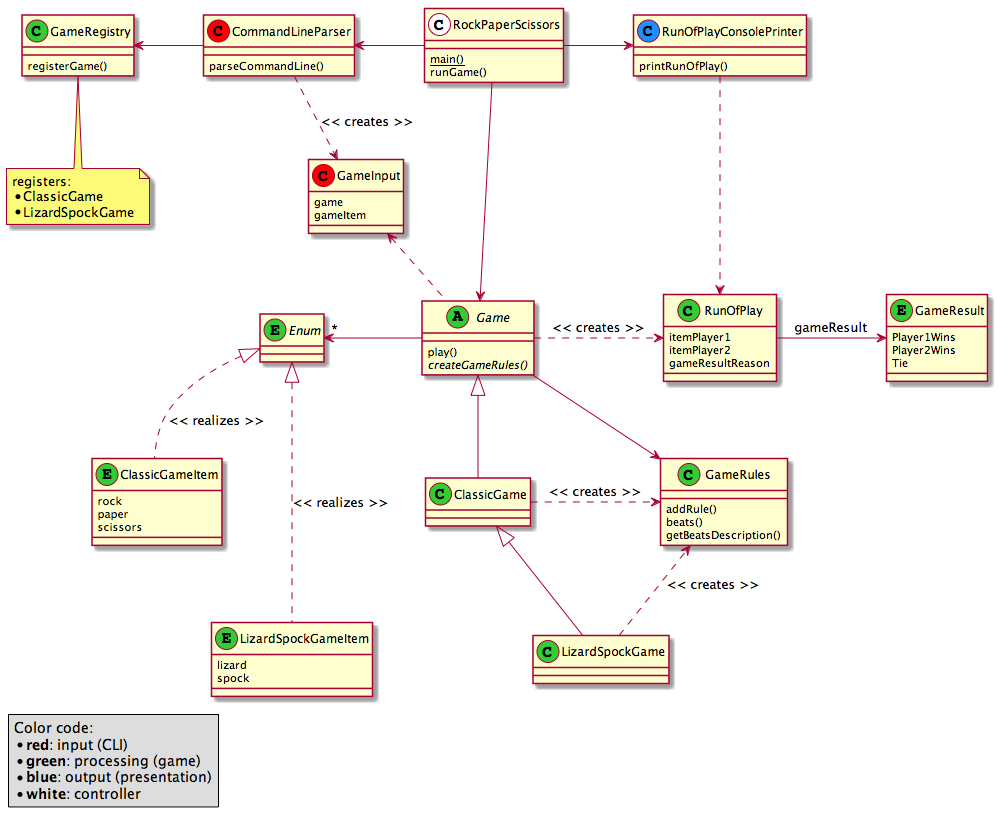
bhelfert/rock-paper-scissors keeps this PlantUML diagram as src/main/resources/images/rock-paper-scissors-class-diagram.png. Above is the earlier version.
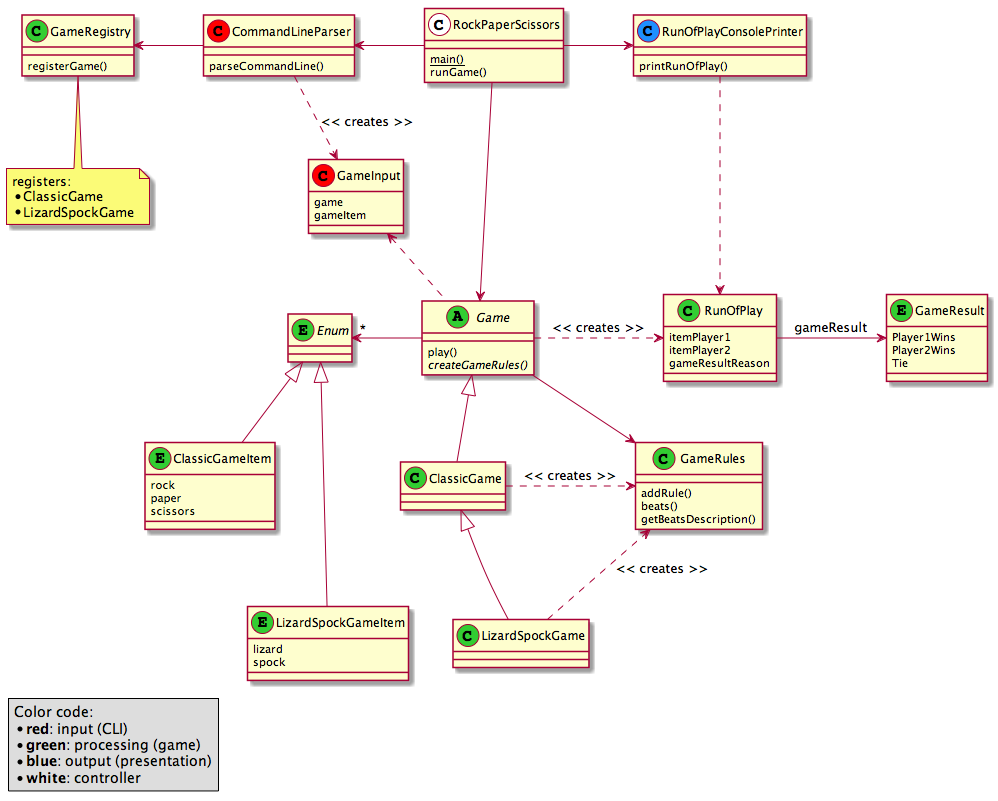
Later version of the same file.

Commit message:
Updated inheritance relationships of GameItem classes to their parent class.

Diff of the diagram source:
```diff
@@ -84,7 +84,7 @@
     paper
     scissors
 }
-Enum <|.. ClassicGameItem : << realizes >>
+Enum <|-- ClassicGameItem
 
 
 
@@ -92,7 +92,7 @@
     lizard
     spock
 }
-Enum <|... LizardSpockGameItem : << realizes >>
+Enum <|--- LizardSpockGameItem
 
 
 
```
